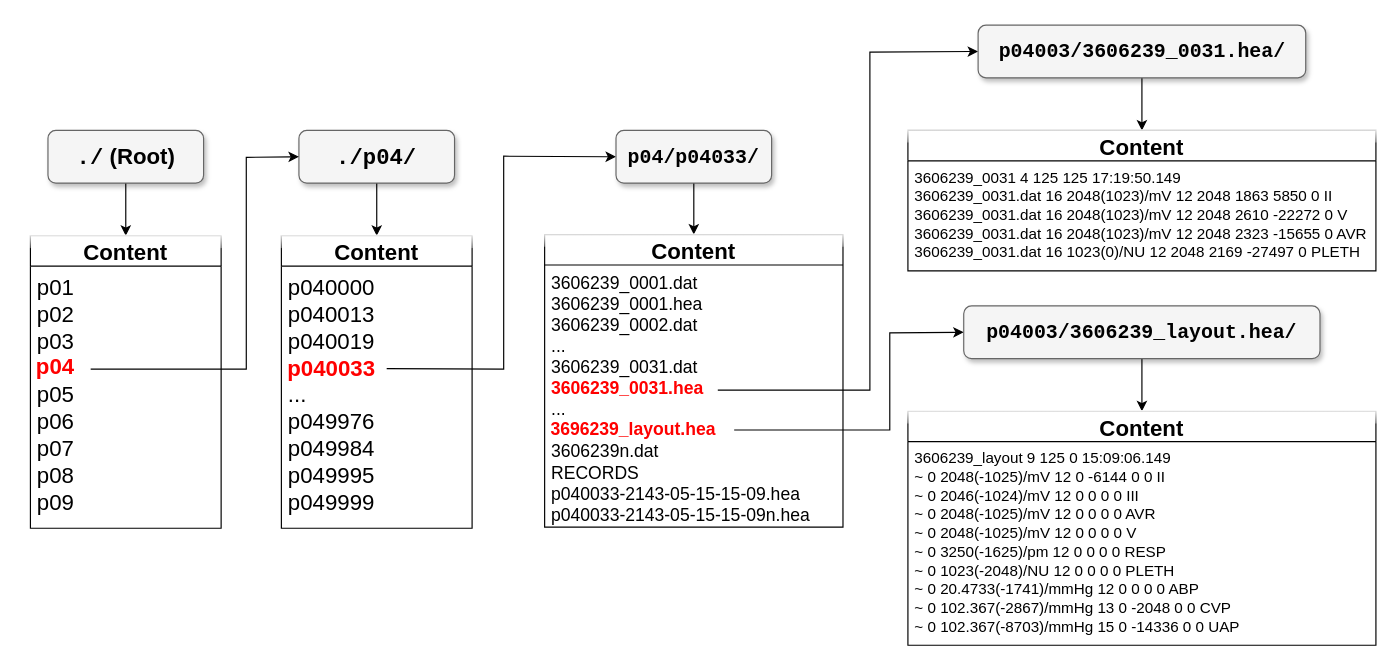
Before: matched_db_hirerachy.drawio in INll/fyp-graphs, a draw.io diagram. Source tidied: cells renumbered, new cells numbered last; positions are measured from the earlier drawing's top-left corner, leaving out a move shared by most shapes. Both pictures are drawn from the tidied source at 117%, with x=0, y=0 at pixel (20, 25).
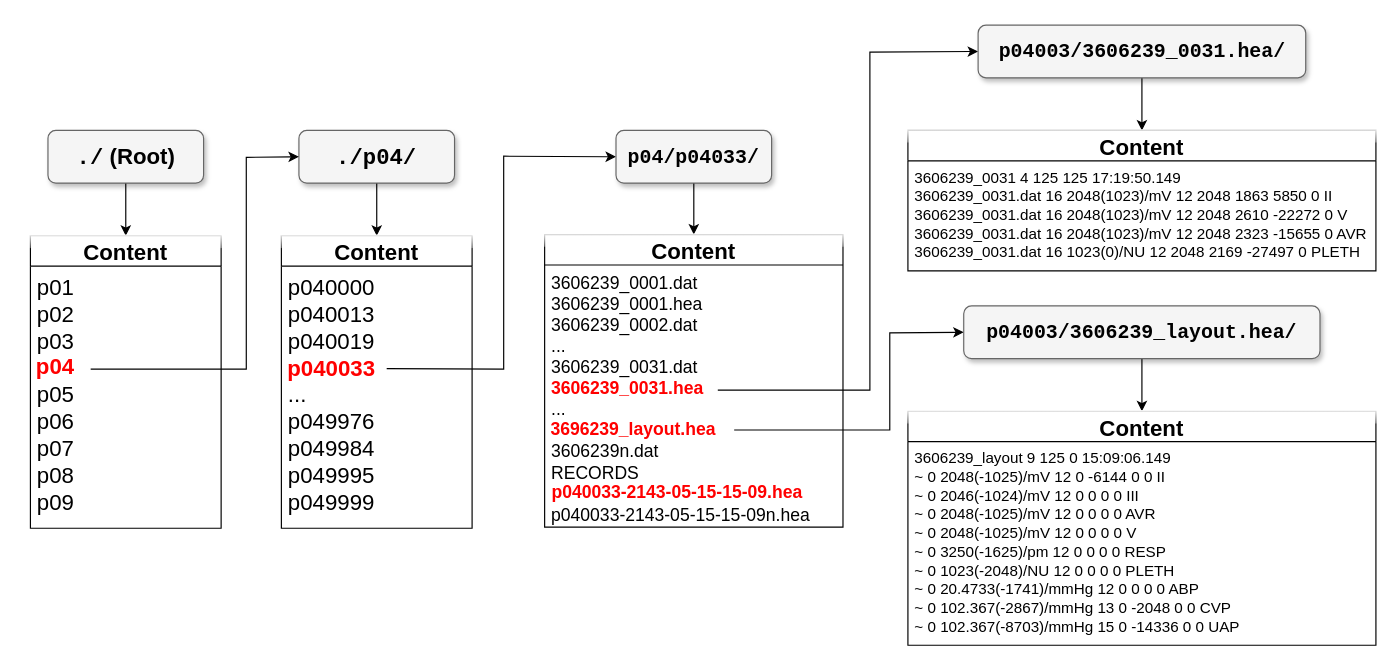
After the change.

Commit message:
add highlight to all used files

The change refers to these unchanged cells:
```xml
<mxCell id="15" value="Content" style="swimlane;fontStyle=1;horizontal=1;startSize=26;align=center;fontSize=19;glass=1;" parent="1" vertex="1">
  <mxGeometry x="448" y="179" width="255" height="250" as="geometry" />
</mxCell>
```

Diff of the diagram source:
```diff
@@
-    <mxCell id="16" value="3606239_0001.dat&#10;3606239_0001.hea&#10;3606239_0002.dat&#10;...&#10;3606239_0031.dat&#10;&#10;...&#10;&#10;3606239n.dat&#10;RECORDS&#10;p040033-2143-05-15-15-09.hea&#10;p040033-2143-05-15-15-09n.hea" style="text;strokeColor=none;fillColor=none;spacingLeft=4;spacingRight=4;overflow=hidden;fontSize=15;glass=1;" parent="15" vertex="1">
+    <mxCell id="16" value="3606239_0001.dat&#10;3606239_0001.hea&#10;3606239_0002.dat&#10;...&#10;3606239_0031.dat&#10;&#10;...&#10;&#10;3606239n.dat&#10;RECORDS&#10;&#10;p040033-2143-05-15-15-09n.hea" style="text;strokeColor=none;fillColor=none;spacingLeft=4;spacingRight=4;overflow=hidden;fontSize=15;glass=1;" parent="15" vertex="1">
       <mxGeometry y="26" width="255" height="224" as="geometry" />
     </mxCell>
@@
+    <mxCell id="30" value="&lt;span style=&quot;font-family: Helvetica; text-align: left;&quot;&gt;&lt;b style=&quot;&quot;&gt;&lt;font style=&quot;font-size: 15px;&quot; color=&quot;#ff0000&quot;&gt;p040033-2143-05-15-15-09.hea&lt;/font&gt;&lt;/b&gt;&lt;/span&gt;" style="text;html=1;strokeColor=none;fillColor=none;align=center;verticalAlign=middle;whiteSpace=wrap;rounded=0;fontFamily=Courier New;" parent="1" vertex="1">
+      <mxGeometry x="452" y="385" width="219" height="30" as="geometry" />
+    </mxCell>
```
